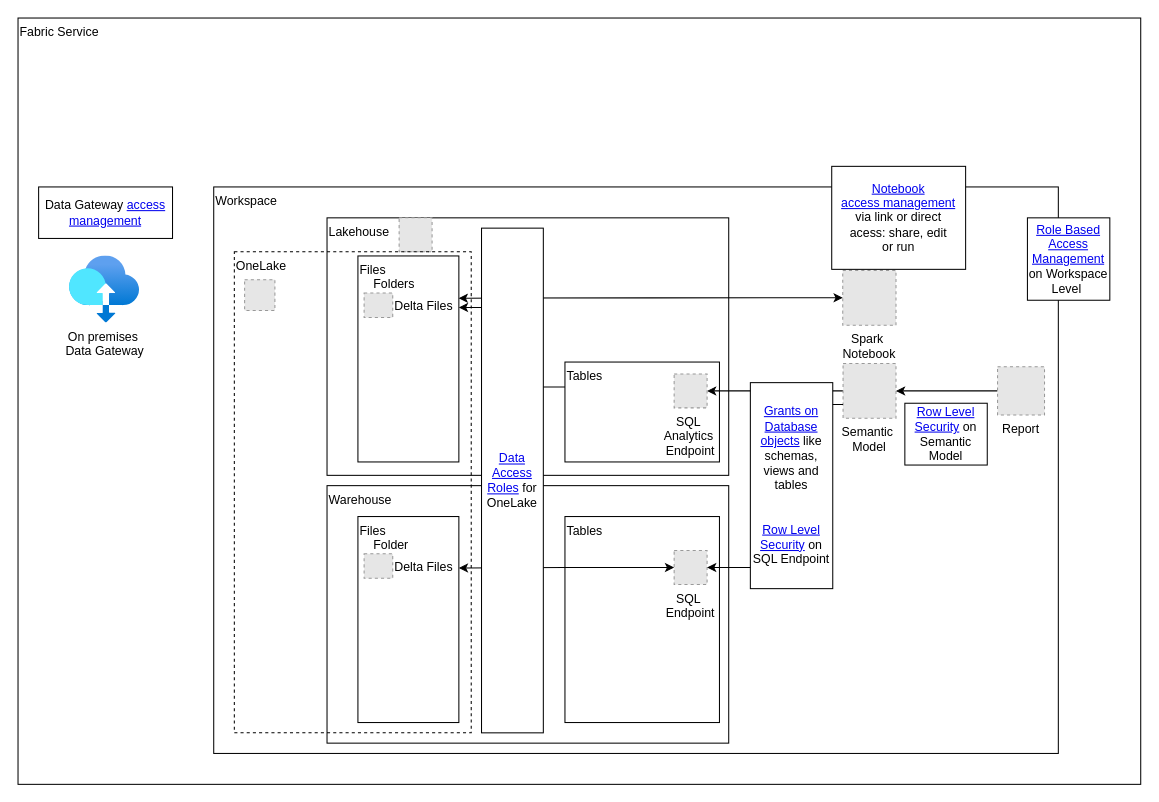
This is page "Access Management" (6 of 8) of Fabric.drawio from jugi92/useful_architectures, a draw.io file, before an edit. Source tidied: cells renumbered, new cells numbered last; positions are measured from the earlier drawing's top-left corner, leaving out a move shared by most shapes. Both pictures are drawn from the tidied source at 103%, with x=0, y=0 at pixel (18, 18). Pictures stored in the file or linked from it are replaced by grey dashed boxes.
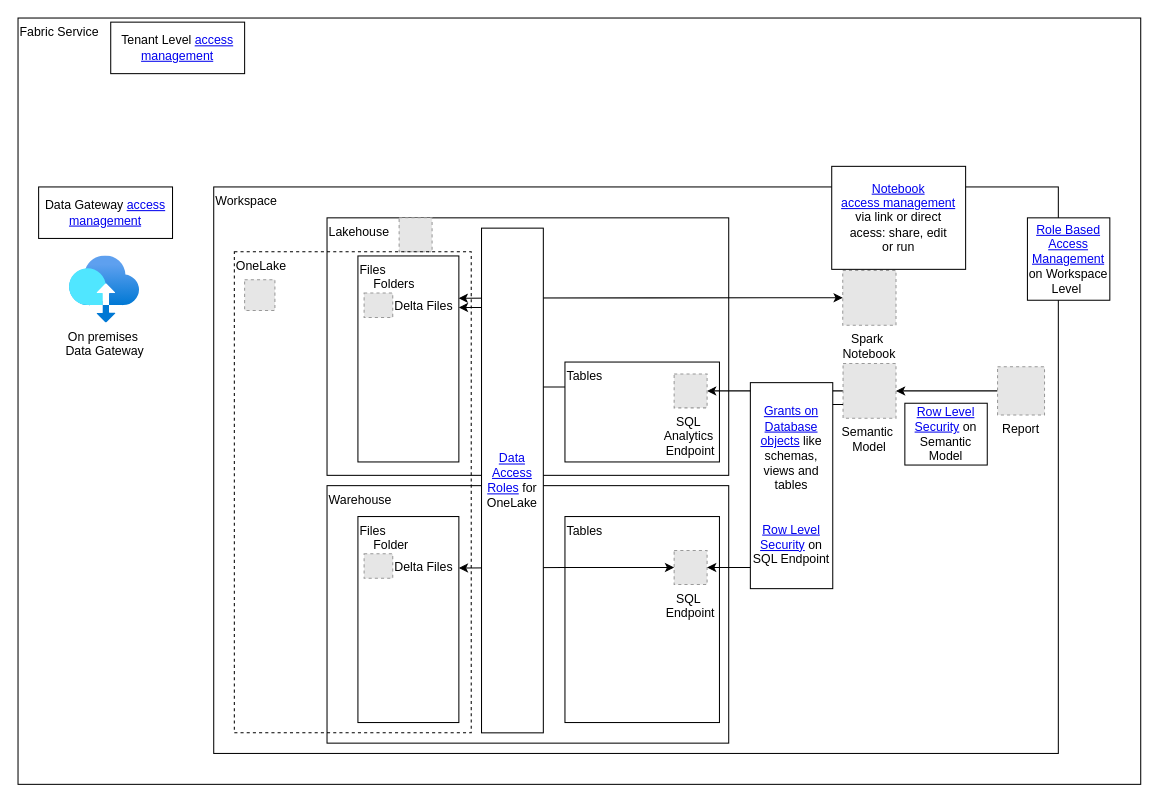
After the change.

Commit message (it also covers changes not shown here):
adding tenant settings access level

Change to the diagram source:
```diff
@@
+    <mxCell id="35" value="Tenant Level&amp;nbsp;&lt;a href=&quot;https://learn.microsoft.com/en-gb/data-integration/gateway/manage-security-roles&quot;&gt;access management&lt;/a&gt;" style="rounded=0;whiteSpace=wrap;html=1;" parent="31" vertex="1">
+      <mxGeometry x="90" y="4" width="130" height="50" as="geometry" />
+    </mxCell>
```
